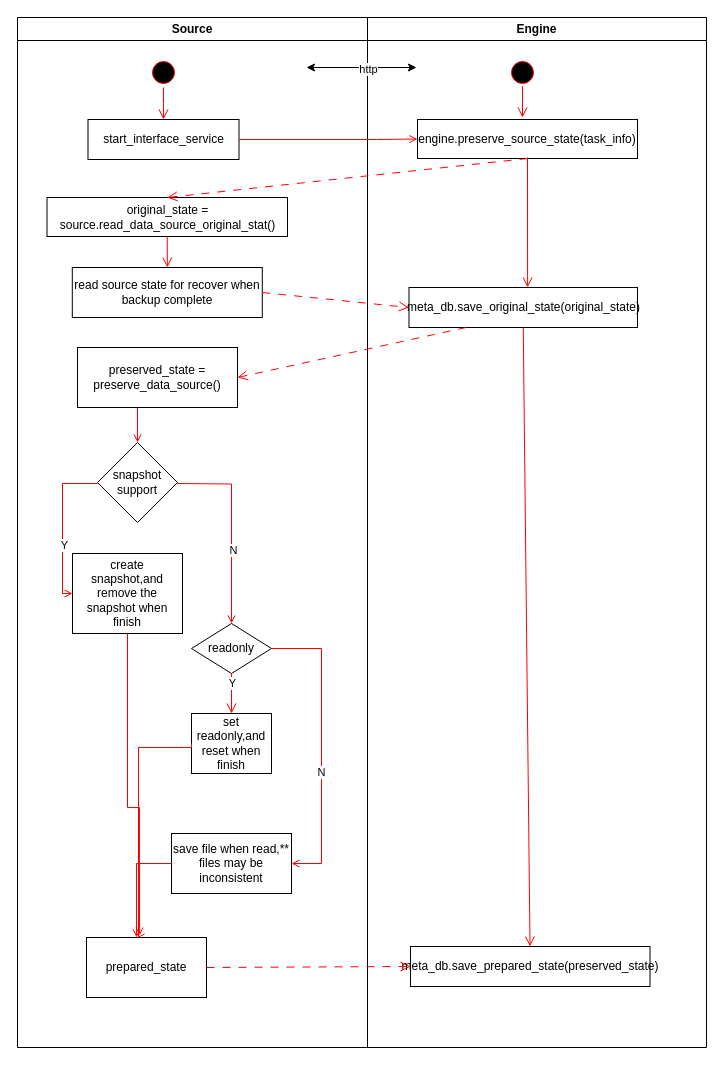
buckyos/bucky_backup_suite keeps this draw.io diagram as page "lock state" (1 of 2) of doc/PM/framework/draft.drawio. Above is the earlier version. Source tidied: cells renumbered, new cells numbered last; positions are measured from the earlier drawing's top-left corner, leaving out a move shared by most shapes. Both pictures are drawn from the tidied source at 100%, with x=0, y=0 at pixel (17, 17).
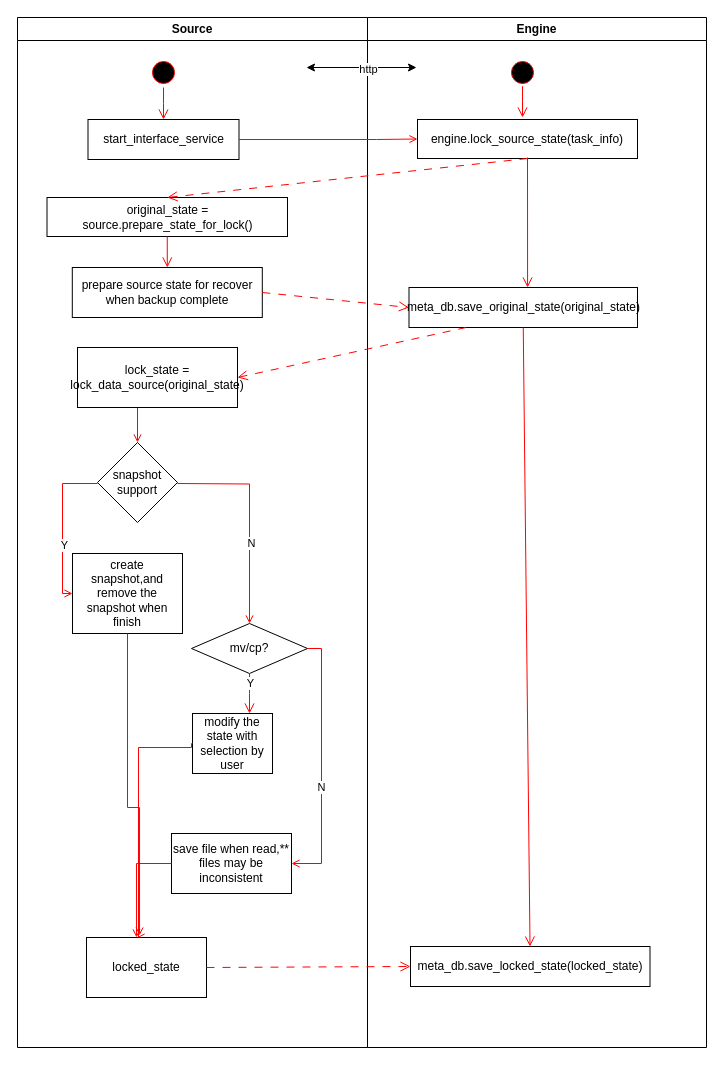
After the change.

Unchanged cells that the change refers to:
```xml
<mxCell id="2" value="Source" style="swimlane;whiteSpace=wrap;" parent="1" vertex="1">
  <mxGeometry width="350" height="1030" as="geometry" />
</mxCell>
<mxCell id="28" value="Engine" style="swimlane;whiteSpace=wrap;" parent="1" vertex="1">
  <mxGeometry x="350" width="339" height="1030" as="geometry" />
</mxCell>
```

Change to the diagram source:
```diff
@@
-    <mxCell id="11" value="readonly" style="rhombus;whiteSpace=wrap;html=1;" parent="2" vertex="1">
-      <mxGeometry x="174" y="606" width="80" height="50" as="geometry" />
+    <mxCell id="11" value="mv/cp?" style="rhombus;whiteSpace=wrap;html=1;" parent="2" vertex="1">
+      <mxGeometry x="174" y="606" width="116" height="50" as="geometry" />
     </mxCell>
-    <mxCell id="12" value="set readonly,and reset when finish" style="rounded=0;whiteSpace=wrap;html=1;" parent="2" vertex="1">
-      <mxGeometry x="174" y="696" width="80" height="60" as="geometry" />
+    <mxCell id="12" value="modify the state with selection by user" style="rounded=0;whiteSpace=wrap;html=1;" parent="2" vertex="1">
+      <mxGeometry x="175" y="696" width="80" height="60" as="geometry" />
     </mxCell>
-    <mxCell id="13" style="edgeStyle=elbowEdgeStyle;elbow=horizontal;verticalAlign=bottom;endArrow=open;endSize=8;strokeColor=#FF0000;endFill=1;rounded=0;" parent="2" edge="1">
-      <mxGeometry x="30" y="-100" as="geometry">
-        <mxPoint x="214" y="656" as="sourcePoint" />
-        <mxPoint x="214" y="696" as="targetPoint" />
-      </mxGeometry>
+    <mxCell id="13" style="edgeStyle=elbowEdgeStyle;elbow=horizontal;verticalAlign=bottom;endArrow=open;endSize=8;strokeColor=#FF0000;endFill=1;rounded=0;exitX=0.5;exitY=1;exitDx=0;exitDy=0;" parent="2" edge="1" source="11" target="12">
+      <mxGeometry x="30" y="-100" as="geometry" />
     </mxCell>
@@
-    <mxCell id="21" value="original_state = source.read_data_source_original_stat()" style="rounded=0;whiteSpace=wrap;html=1;" parent="2" vertex="1">
+    <mxCell id="21" value="original_state = source.prepare_state_for_lock()" style="rounded=0;whiteSpace=wrap;html=1;" parent="2" vertex="1">
       <mxGeometry x="29.5" y="180" width="240.5" height="39" as="geometry" />
     </mxCell>
@@
-    <mxCell id="23" value="read source state for recover when backup complete" style="rounded=0;whiteSpace=wrap;html=1;" parent="2" vertex="1">
+    <mxCell id="23" value="prepare source state for recover when backup complete" style="rounded=0;whiteSpace=wrap;html=1;" parent="2" vertex="1">
       <mxGeometry x="54.8" y="250" width="190" height="50" as="geometry" />
     </mxCell>
@@
-    <mxCell id="25" value="preserved_state = preserve_data_source()" style="rounded=0;whiteSpace=wrap;html=1;" parent="2" vertex="1">
+    <mxCell id="25" value="lock_state = lock_data_source(original_state)" style="rounded=0;whiteSpace=wrap;html=1;" parent="2" vertex="1">
       <mxGeometry x="60" y="330" width="160" height="60" as="geometry" />
     </mxCell>
@@
-    <mxCell id="27" value="prepared_state" style="rounded=0;whiteSpace=wrap;html=1;" parent="2" vertex="1">
+    <mxCell id="27" value="locked_state" style="rounded=0;whiteSpace=wrap;html=1;" parent="2" vertex="1">
       <mxGeometry x="69" y="920" width="120" height="60" as="geometry" />
     </mxCell>
@@
-    <mxCell id="31" value="engine.preserve_source_state(task_info)" style="rounded=0;whiteSpace=wrap;html=1;" parent="28" vertex="1">
+    <mxCell id="31" value="engine.lock_source_state(task_info)" style="rounded=0;whiteSpace=wrap;html=1;" parent="28" vertex="1">
       <mxGeometry x="50" y="102" width="220" height="39" as="geometry" />
     </mxCell>
@@
-    <mxCell id="33" value="meta_db.save_prepared_state(preserved_state)" style="rounded=0;whiteSpace=wrap;html=1;" parent="28" vertex="1">
+    <mxCell id="33" value="meta_db.save_locked_state(locked_state)" style="rounded=0;whiteSpace=wrap;html=1;" parent="28" vertex="1">
       <mxGeometry x="43" y="929" width="239.5" height="40" as="geometry" />
     </mxCell>
```
